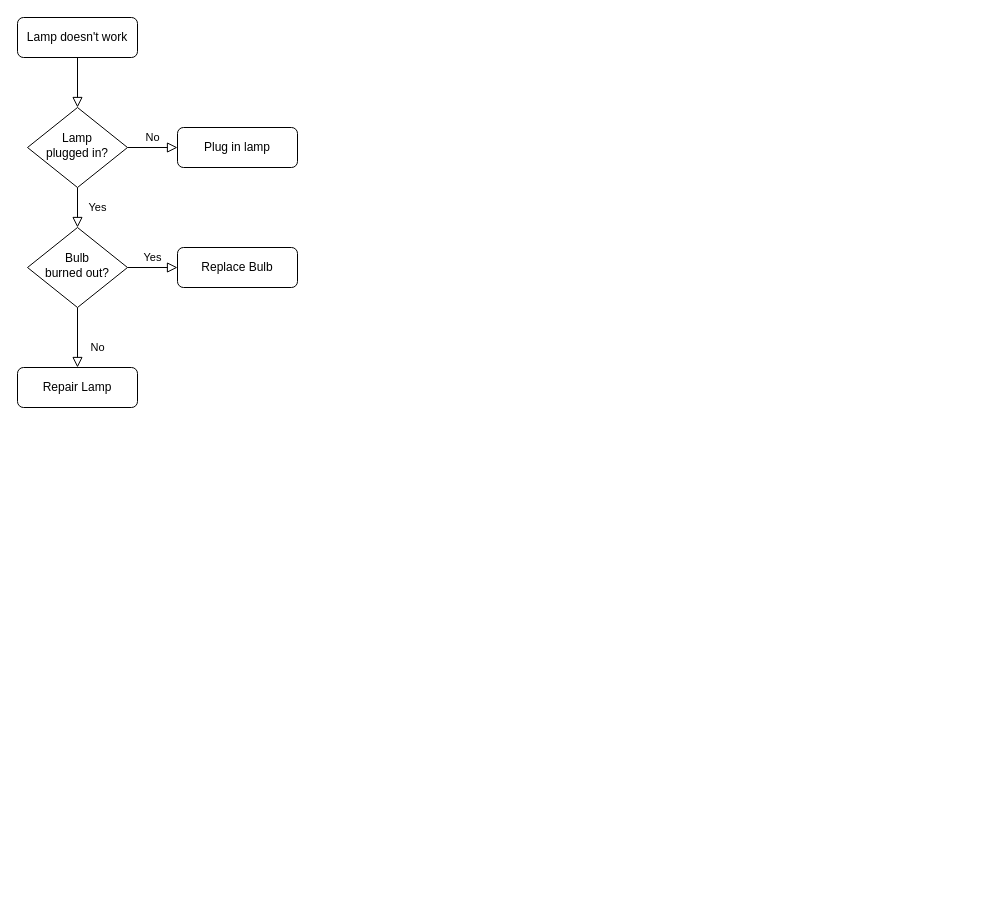
Before: Untitled Diagram.drawio in TaliaPg992/Tess-Test, a draw.io diagram. Source tidied: cells renumbered, new cells numbered last; positions are measured from the earlier drawing's top-left corner, leaving out a move shared by most shapes. Both pictures are drawn from the tidied source at 100%, with x=0, y=0 at pixel (17, 17).
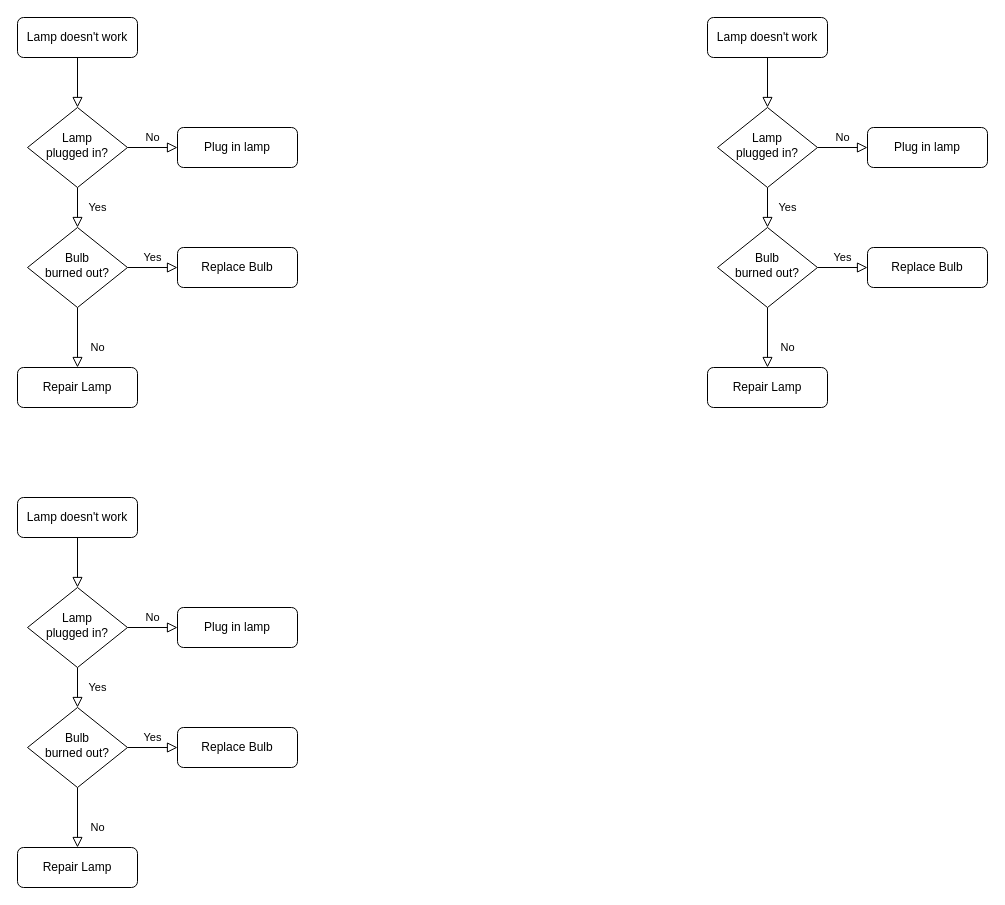
Above is the later version.

Commit message:
Tổng hợp Toán Kinh tế C1-2-3

Diff of the diagram source:
```diff
@@
+    <mxCell id="13" style="rounded=0;html=1;jettySize=auto;fontSize=11;endArrow=block;endFill=0;endSize=8;strokeWidth=1;shadow=0;labelBackgroundColor=none;edgeStyle=orthogonalEdgeStyle;" parent="1" edge="1" source="14" target="17">
+      <mxGeometry relative="1" as="geometry" />
+    </mxCell>
+    <mxCell id="14" value="Lamp doesn't work" style="rounded=1;whiteSpace=wrap;html=1;fontSize=12;glass=0;strokeWidth=1;shadow=0;" parent="1" vertex="1">
+      <mxGeometry x="690" width="120" height="40" as="geometry" />
+    </mxCell>
+    <mxCell id="15" value="Yes" style="rounded=0;html=1;jettySize=auto;fontSize=11;endArrow=block;endFill=0;endSize=8;strokeWidth=1;shadow=0;labelBackgroundColor=none;edgeStyle=orthogonalEdgeStyle;" parent="1" edge="1" source="17" target="21">
+      <mxGeometry y="20" relative="1" as="geometry" />
+    </mxCell>
+    <mxCell id="16" value="No" style="edgeStyle=orthogonalEdgeStyle;rounded=0;html=1;jettySize=auto;fontSize=11;endArrow=block;endFill=0;endSize=8;strokeWidth=1;shadow=0;labelBackgroundColor=none;" parent="1" edge="1" source="17" target="18">
+      <mxGeometry y="10" relative="1" as="geometry" />
+    </mxCell>
+    <mxCell id="17" value="Lamp&lt;br&gt;plugged in?" style="rhombus;whiteSpace=wrap;html=1;shadow=0;fontFamily=Helvetica;fontSize=12;align=center;strokeWidth=1;spacing=6;spacingTop=-4;" parent="1" vertex="1">
+      <mxGeometry x="700" y="90" width="100" height="80" as="geometry" />
+    </mxCell>
+    <mxCell id="18" value="Plug in lamp" style="rounded=1;whiteSpace=wrap;html=1;fontSize=12;glass=0;strokeWidth=1;shadow=0;" parent="1" vertex="1">
+      <mxGeometry x="850" y="110" width="120" height="40" as="geometry" />
+    </mxCell>
+    <mxCell id="19" value="No" style="rounded=0;html=1;jettySize=auto;fontSize=11;endArrow=block;endFill=0;endSize=8;strokeWidth=1;shadow=0;labelBackgroundColor=none;edgeStyle=orthogonalEdgeStyle;" parent="1" edge="1" source="21" target="22">
+      <mxGeometry x="0.33" y="20" relative="1" as="geometry" />
+    </mxCell>
+    <mxCell id="20" value="Yes" style="edgeStyle=orthogonalEdgeStyle;rounded=0;html=1;jettySize=auto;fontSize=11;endArrow=block;endFill=0;endSize=8;strokeWidth=1;shadow=0;labelBackgroundColor=none;" parent="1" edge="1" source="21" target="23">
+      <mxGeometry y="10" relative="1" as="geometry" />
+    </mxCell>
+    <mxCell id="21" value="Bulb&lt;br&gt;burned out?" style="rhombus;whiteSpace=wrap;html=1;shadow=0;fontFamily=Helvetica;fontSize=12;align=center;strokeWidth=1;spacing=6;spacingTop=-4;" parent="1" vertex="1">
+      <mxGeometry x="700" y="210" width="100" height="80" as="geometry" />
+    </mxCell>
+    <mxCell id="22" value="Repair Lamp" style="rounded=1;whiteSpace=wrap;html=1;fontSize=12;glass=0;strokeWidth=1;shadow=0;" parent="1" vertex="1">
+      <mxGeometry x="690" y="350" width="120" height="40" as="geometry" />
+    </mxCell>
+    <mxCell id="23" value="Replace Bulb" style="rounded=1;whiteSpace=wrap;html=1;fontSize=12;glass=0;strokeWidth=1;shadow=0;" parent="1" vertex="1">
+      <mxGeometry x="850" y="230" width="120" height="40" as="geometry" />
+    </mxCell>
+    <mxCell id="24" style="rounded=0;html=1;jettySize=auto;fontSize=11;endArrow=block;endFill=0;endSize=8;strokeWidth=1;shadow=0;labelBackgroundColor=none;edgeStyle=orthogonalEdgeStyle;" parent="1" edge="1" source="25" target="28">
+      <mxGeometry relative="1" as="geometry" />
+    </mxCell>
+    <mxCell id="25" value="Lamp doesn't work" style="rounded=1;whiteSpace=wrap;html=1;fontSize=12;glass=0;strokeWidth=1;shadow=0;" parent="1" vertex="1">
+      <mxGeometry y="480" width="120" height="40" as="geometry" />
+    </mxCell>
+    <mxCell id="26" value="Yes" style="rounded=0;html=1;jettySize=auto;fontSize=11;endArrow=block;endFill=0;endSize=8;strokeWidth=1;shadow=0;labelBackgroundColor=none;edgeStyle=orthogonalEdgeStyle;" parent="1" edge="1" source="28" target="32">
+      <mxGeometry y="20" relative="1" as="geometry" />
+    </mxCell>
+    <mxCell id="27" value="No" style="edgeStyle=orthogonalEdgeStyle;rounded=0;html=1;jettySize=auto;fontSize=11;endArrow=block;endFill=0;endSize=8;strokeWidth=1;shadow=0;labelBackgroundColor=none;" parent="1" edge="1" source="28" target="29">
+      <mxGeometry y="10" relative="1" as="geometry" />
+    </mxCell>
+    <mxCell id="28" value="Lamp&lt;br&gt;plugged in?" style="rhombus;whiteSpace=wrap;html=1;shadow=0;fontFamily=Helvetica;fontSize=12;align=center;strokeWidth=1;spacing=6;spacingTop=-4;" parent="1" vertex="1">
+      <mxGeometry x="10" y="570" width="100" height="80" as="geometry" />
+    </mxCell>
+    <mxCell id="29" value="Plug in lamp" style="rounded=1;whiteSpace=wrap;html=1;fontSize=12;glass=0;strokeWidth=1;shadow=0;" parent="1" vertex="1">
+      <mxGeometry x="160" y="590" width="120" height="40" as="geometry" />
+    </mxCell>
+    <mxCell id="30" value="No" style="rounded=0;html=1;jettySize=auto;fontSize=11;endArrow=block;endFill=0;endSize=8;strokeWidth=1;shadow=0;labelBackgroundColor=none;edgeStyle=orthogonalEdgeStyle;" parent="1" edge="1" source="32" target="33">
+      <mxGeometry x="0.33" y="20" relative="1" as="geometry" />
+    </mxCell>
+    <mxCell id="31" value="Yes" style="edgeStyle=orthogonalEdgeStyle;rounded=0;html=1;jettySize=auto;fontSize=11;endArrow=block;endFill=0;endSize=8;strokeWidth=1;shadow=0;labelBackgroundColor=none;" parent="1" edge="1" source="32" target="34">
+      <mxGeometry y="10" relative="1" as="geometry" />
+    </mxCell>
+    <mxCell id="32" value="Bulb&lt;br&gt;burned out?" style="rhombus;whiteSpace=wrap;html=1;shadow=0;fontFamily=Helvetica;fontSize=12;align=center;strokeWidth=1;spacing=6;spacingTop=-4;" parent="1" vertex="1">
+      <mxGeometry x="10" y="690" width="100" height="80" as="geometry" />
+    </mxCell>
+    <mxCell id="33" value="Repair Lamp" style="rounded=1;whiteSpace=wrap;html=1;fontSize=12;glass=0;strokeWidth=1;shadow=0;" parent="1" vertex="1">
+      <mxGeometry y="830" width="120" height="40" as="geometry" />
+    </mxCell>
+    <mxCell id="34" value="Replace Bulb" style="rounded=1;whiteSpace=wrap;html=1;fontSize=12;glass=0;strokeWidth=1;shadow=0;" parent="1" vertex="1">
+      <mxGeometry x="160" y="710" width="120" height="40" as="geometry" />
+    </mxCell>
```
